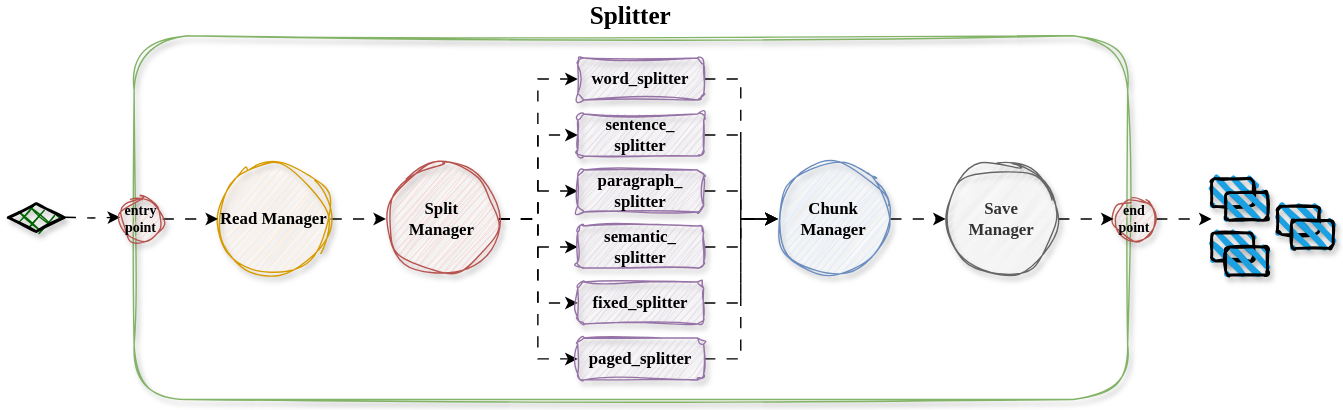
Before: assets/splitter.drawio.svg, a diagram exported from draw.io (andreshere00/Splitter). Source tidied: cells renumbered, new cells last; positions are measured from the earlier drawing's top-left corner, leaving out a move shared by most shapes.
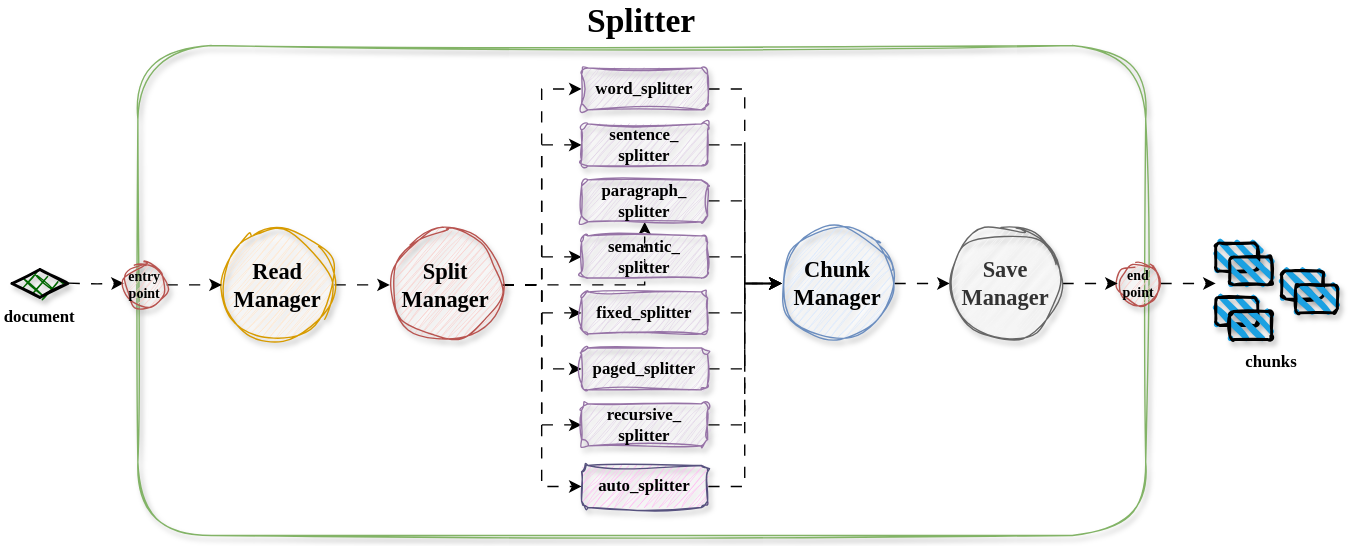
Later version of the same file.

Diff of the diagram source:
```diff
@@ -2,8 +2,8 @@
   <root>
     <mxCell id="0" />
     <mxCell id="1" parent="0" />
-    <mxCell id="2" value="Splitter" style="rounded=1;whiteSpace=wrap;html=1;fillColor=none;strokeColor=#82b366;fontFamily=Amazon Ember Display;fontStyle=1;fontSize=18;shadow=1;sketch=1;curveFitting=1;jiggle=2;verticalAlign=bottom;labelPosition=center;verticalLabelPosition=top;align=center;" parent="1" vertex="1">
-      <mxGeometry x="90" width="710" height="260" as="geometry" />
+    <mxCell id="2" value="Splitter" style="rounded=1;whiteSpace=wrap;html=1;fillColor=none;strokeColor=#82b366;fontFamily=Amazon Ember Display;fontStyle=1;fontSize=24;shadow=1;sketch=1;curveFitting=1;jiggle=2;verticalAlign=bottom;labelPosition=center;verticalLabelPosition=top;align=center;" parent="1" vertex="1">
+      <mxGeometry x="80" y="-70" width="720" height="350" as="geometry" />
     </mxCell>
     <mxCell id="3" style="edgeStyle=orthogonalEdgeStyle;rounded=0;jettySize=auto;html=1;entryX=0;entryY=0.5;entryDx=0;entryDy=0;fontFamily=Amazon Ember Display;flowAnimation=1;" parent="1" edge="1" source="9" target="11">
       <mxGeometry relative="1" as="geometry" />
@@ -23,105 +23,126 @@
     <mxCell id="8" style="edgeStyle=orthogonalEdgeStyle;rounded=0;jettySize=auto;html=1;entryX=0;entryY=0.5;entryDx=0;entryDy=0;fontFamily=Amazon Ember Display;flowAnimation=1;" parent="1" edge="1" source="9" target="21">
       <mxGeometry relative="1" as="geometry" />
     </mxCell>
+    <mxCell id="40" style="edgeStyle=orthogonalEdgeStyle;rounded=0;jettySize=auto;html=1;entryX=0;entryY=0.5;entryDx=0;entryDy=0;flowAnimation=1;" parent="1" edge="1" source="9" target="43">
+      <mxGeometry relative="1" as="geometry" />
+    </mxCell>
+    <mxCell id="41" style="edgeStyle=orthogonalEdgeStyle;rounded=0;jettySize=auto;html=1;entryX=0;entryY=0.5;entryDx=0;entryDy=0;flowAnimation=1;" parent="1" edge="1" source="9" target="45">
+      <mxGeometry relative="1" as="geometry" />
+    </mxCell>
-    <mxCell id="9" value="&lt;span style=&quot;color: rgb(0, 0, 0); font-size: 12px; font-style: normal; font-variant-ligatures: normal; font-variant-caps: normal; font-weight: 700; letter-spacing: normal; orphans: 2; text-align: center; text-indent: 0px; text-transform: none; widows: 2; word-spacing: 0px; -webkit-text-stroke-width: 0px; white-space: normal; text-decoration-thickness: initial; text-decoration-style: initial; text-decoration-color: initial; float: none; display: inline !important;&quot;&gt;Split&lt;/span&gt;&lt;div style=&quot;forced-color-adjust: none; color: rgb(0, 0, 0); font-size: 12px; font-style: normal; font-variant-ligatures: normal; font-variant-caps: normal; font-weight: 700; letter-spacing: normal; orphans: 2; text-align: center; text-indent: 0px; text-transform: none; widows: 2; word-spacing: 0px; -webkit-text-stroke-width: 0px; white-space: normal; text-decoration-thickness: initial; text-decoration-style: initial; text-decoration-color: initial;&quot;&gt;&lt;span style=&quot;&quot;&gt;Manager&lt;/span&gt;&lt;/div&gt;" style="ellipse;whiteSpace=wrap;html=1;fillColor=#f8cecc;strokeColor=#b85450;sketch=1;curveFitting=1;jiggle=2;shadow=1;fontFamily=Amazon Ember Display;labelBackgroundColor=none;" parent="1" vertex="1">
-      <mxGeometry x="270" y="91" width="80" height="80" as="geometry" />
+    <mxCell id="9" value="&lt;span style=&quot;color: rgb(0, 0, 0); font-style: normal; font-variant-ligatures: normal; font-variant-caps: normal; font-weight: 700; letter-spacing: normal; orphans: 2; text-align: center; text-indent: 0px; text-transform: none; widows: 2; word-spacing: 0px; -webkit-text-stroke-width: 0px; white-space: normal; text-decoration-thickness: initial; text-decoration-style: initial; text-decoration-color: initial; float: none; display: inline !important;&quot;&gt;Split&lt;/span&gt;&lt;div style=&quot;forced-color-adjust: none; color: rgb(0, 0, 0); font-style: normal; font-variant-ligatures: normal; font-variant-caps: normal; font-weight: 700; letter-spacing: normal; orphans: 2; text-align: center; text-indent: 0px; text-transform: none; widows: 2; word-spacing: 0px; -webkit-text-stroke-width: 0px; white-space: normal; text-decoration-thickness: initial; text-decoration-style: initial; text-decoration-color: initial;&quot;&gt;&lt;span&gt;Manager&lt;/span&gt;&lt;/div&gt;" style="ellipse;whiteSpace=wrap;html=1;fillColor=#f8cecc;strokeColor=#b85450;sketch=1;curveFitting=1;jiggle=2;shadow=1;fontFamily=Amazon Ember Display;labelBackgroundColor=none;fontSize=16;" parent="1" vertex="1">
+      <mxGeometry x="260" y="61" width="80" height="80" as="geometry" />
     </mxCell>
     <mxCell id="10" style="edgeStyle=orthogonalEdgeStyle;rounded=0;jettySize=auto;html=1;entryX=0;entryY=0.5;entryDx=0;entryDy=0;fontFamily=Amazon Ember Display;flowAnimation=1;" parent="1" edge="1" source="11" target="25">
       <mxGeometry relative="1" as="geometry" />
     </mxCell>
     <mxCell id="11" value="word_splitter" style="rounded=1;whiteSpace=wrap;html=1;fillColor=#e1d5e7;strokeColor=#9673a6;shadow=1;sketch=1;curveFitting=1;jiggle=2;fontStyle=1;fontFamily=Amazon Ember Display;" parent="1" vertex="1">
-      <mxGeometry x="407" y="16" width="90" height="30" as="geometry" />
+      <mxGeometry x="397" y="-54" width="90" height="30" as="geometry" />
     </mxCell>
     <mxCell id="12" style="edgeStyle=orthogonalEdgeStyle;rounded=0;jettySize=auto;html=1;entryX=0;entryY=0.5;entryDx=0;entryDy=0;fontFamily=Amazon Ember Display;flowAnimation=1;" parent="1" edge="1" source="13" target="25">
       <mxGeometry relative="1" as="geometry" />
     </mxCell>
     <mxCell id="13" value="sentence_&lt;div&gt;splitter&lt;/div&gt;" style="rounded=1;whiteSpace=wrap;html=1;fillColor=#e1d5e7;strokeColor=#9673a6;shadow=1;sketch=1;curveFitting=1;jiggle=2;fontStyle=1;fontFamily=Amazon Ember Display;" parent="1" vertex="1">
-      <mxGeometry x="407" y="56" width="90" height="30" as="geometry" />
+      <mxGeometry x="397" y="-14" width="90" height="30" as="geometry" />
     </mxCell>
     <mxCell id="14" style="edgeStyle=orthogonalEdgeStyle;rounded=0;jettySize=auto;html=1;entryX=0;entryY=0.5;entryDx=0;entryDy=0;fontFamily=Amazon Ember Display;flowAnimation=1;" parent="1" edge="1" source="15" target="25">
       <mxGeometry relative="1" as="geometry" />
     </mxCell>
     <mxCell id="15" value="paragraph_&lt;div&gt;splitter&lt;/div&gt;" style="rounded=1;whiteSpace=wrap;html=1;fillColor=#e1d5e7;strokeColor=#9673a6;shadow=1;sketch=1;curveFitting=1;jiggle=2;fontStyle=1;fontFamily=Amazon Ember Display;" parent="1" vertex="1">
-      <mxGeometry x="407" y="96" width="90" height="30" as="geometry" />
+      <mxGeometry x="397" y="26" width="90" height="30" as="geometry" />
     </mxCell>
     <mxCell id="16" style="edgeStyle=orthogonalEdgeStyle;rounded=0;jettySize=auto;html=1;entryX=0;entryY=0.5;entryDx=0;entryDy=0;fontFamily=Amazon Ember Display;flowAnimation=1;" parent="1" edge="1" source="17" target="25">
       <mxGeometry relative="1" as="geometry" />
     </mxCell>
     <mxCell id="17" value="semantic_&lt;div&gt;splitter&lt;/div&gt;" style="rounded=1;whiteSpace=wrap;html=1;fillColor=#e1d5e7;strokeColor=#9673a6;shadow=1;sketch=1;curveFitting=1;jiggle=2;fontStyle=1;fontFamily=Amazon Ember Display;" parent="1" vertex="1">
-      <mxGeometry x="407" y="136" width="90" height="30" as="geometry" />
+      <mxGeometry x="397" y="66" width="90" height="30" as="geometry" />
     </mxCell>
     <mxCell id="18" style="edgeStyle=orthogonalEdgeStyle;rounded=0;jettySize=auto;html=1;entryX=0;entryY=0.5;entryDx=0;entryDy=0;fontFamily=Amazon Ember Display;flowAnimation=1;" parent="1" edge="1" source="19" target="25">
       <mxGeometry relative="1" as="geometry" />
     </mxCell>
     <mxCell id="19" value="fixed_splitter" style="rounded=1;whiteSpace=wrap;html=1;fillColor=#e1d5e7;strokeColor=#9673a6;shadow=1;sketch=1;curveFitting=1;jiggle=2;fontStyle=1;fontFamily=Amazon Ember Display;" parent="1" vertex="1">
-      <mxGeometry x="407" y="176" width="90" height="30" as="geometry" />
+      <mxGeometry x="397" y="106" width="90" height="30" as="geometry" />
     </mxCell>
     <mxCell id="20" style="edgeStyle=orthogonalEdgeStyle;rounded=0;jettySize=auto;html=1;entryX=0;entryY=0.5;entryDx=0;entryDy=0;fontFamily=Amazon Ember Display;flowAnimation=1;" parent="1" edge="1" source="21" target="25">
       <mxGeometry relative="1" as="geometry" />
     </mxCell>
     <mxCell id="21" value="paged_splitter" style="rounded=1;whiteSpace=wrap;html=1;fillColor=#e1d5e7;strokeColor=#9673a6;shadow=1;sketch=1;curveFitting=1;jiggle=2;fontStyle=1;fontFamily=Amazon Ember Display;" parent="1" vertex="1">
-      <mxGeometry x="407" y="216" width="90" height="30" as="geometry" />
+      <mxGeometry x="397" y="146" width="90" height="30" as="geometry" />
     </mxCell>
     <mxCell id="22" style="edgeStyle=orthogonalEdgeStyle;rounded=0;jettySize=auto;html=1;entryX=0;entryY=0.5;entryDx=0;entryDy=0;fontFamily=Amazon Ember Display;flowAnimation=1;" parent="1" edge="1" source="23" target="9">
       <mxGeometry relative="1" as="geometry" />
     </mxCell>
-    <mxCell id="23" value="Read Manager" style="ellipse;whiteSpace=wrap;html=1;fillColor=#ffe6cc;strokeColor=#d79b00;shadow=1;sketch=1;curveFitting=1;jiggle=2;fontStyle=1;fontFamily=Amazon Ember Display;" parent="1" vertex="1">
-      <mxGeometry x="150" y="91" width="80" height="80" as="geometry" />
+    <mxCell id="23" value="Read Manager" style="ellipse;whiteSpace=wrap;html=1;fillColor=#ffe6cc;strokeColor=#d79b00;shadow=1;sketch=1;curveFitting=1;jiggle=2;fontStyle=1;fontFamily=Amazon Ember Display;fontSize=16;" parent="1" vertex="1">
+      <mxGeometry x="140" y="61" width="80" height="80" as="geometry" />
     </mxCell>
     <mxCell id="24" style="edgeStyle=orthogonalEdgeStyle;rounded=0;jettySize=auto;html=1;fontFamily=Amazon Ember Display;flowAnimation=1;" parent="1" edge="1" source="25">
       <mxGeometry relative="1" as="geometry">
-        <mxPoint x="670" y="131" as="targetPoint" />
+        <mxPoint x="660" y="100" as="targetPoint" />
       </mxGeometry>
     </mxCell>
-    <mxCell id="25" value="&lt;b&gt;Chunk&lt;/b&gt;&lt;div&gt;&lt;b&gt;Manager&lt;/b&gt;&lt;/div&gt;" style="ellipse;whiteSpace=wrap;html=1;fillColor=#dae8fc;strokeColor=#6c8ebf;sketch=1;curveFitting=1;jiggle=2;shadow=1;fontFamily=Amazon Ember Display;" parent="1" vertex="1">
-      <mxGeometry x="550" y="91" width="80" height="80" as="geometry" />
+    <mxCell id="25" value="&lt;b&gt;Chunk&lt;/b&gt;&lt;div&gt;&lt;b&gt;Manager&lt;/b&gt;&lt;/div&gt;" style="ellipse;whiteSpace=wrap;html=1;fillColor=#dae8fc;strokeColor=#6c8ebf;sketch=1;curveFitting=1;jiggle=2;shadow=1;fontFamily=Amazon Ember Display;fontSize=16;" parent="1" vertex="1">
+      <mxGeometry x="540" y="60" width="80" height="80" as="geometry" />
     </mxCell>
     <mxCell id="26" style="edgeStyle=orthogonalEdgeStyle;rounded=0;orthogonalLoop=1;jettySize=auto;html=1;fontFamily=Amazon Ember Display;flowAnimation=1;" parent="1" edge="1">
       <mxGeometry relative="1" as="geometry">
-        <mxPoint x="40" y="129.8" as="sourcePoint" />
-        <mxPoint x="80" y="129.8" as="targetPoint" />
+        <mxPoint x="30" y="99.8" as="sourcePoint" />
+        <mxPoint x="70" y="99.8" as="targetPoint" />
       </mxGeometry>
     </mxCell>
-    <mxCell id="27" style="rhombus;whiteSpace=wrap;html=1;strokeWidth=2;fillWeight=-1;hachureGap=8;fillStyle=cross-hatch;fillColor=#006600;sketch=1;fontFamily=Amazon Ember Display;shadow=1;" parent="1" vertex="1">
-      <mxGeometry y="120" width="40" height="20" as="geometry" />
+    <mxCell id="27" value="document" style="rhombus;whiteSpace=wrap;html=1;strokeWidth=2;fillWeight=-1;hachureGap=8;fillStyle=cross-hatch;fillColor=#006600;sketch=1;fontFamily=Amazon Ember Display;shadow=1;labelPosition=center;verticalLabelPosition=bottom;align=center;verticalAlign=top;fontStyle=1;" parent="1" vertex="1">
+      <mxGeometry x="-10" y="90" width="40" height="20" as="geometry" />
     </mxCell>
     <mxCell id="28" style="edgeStyle=orthogonalEdgeStyle;rounded=0;jettySize=auto;html=1;entryX=0;entryY=0.5;entryDx=0;entryDy=0;fontFamily=Amazon Ember Display;flowAnimation=1;" parent="1" edge="1" source="29" target="23">
       <mxGeometry relative="1" as="geometry" />
     </mxCell>
     <mxCell id="29" value="entry&lt;div&gt;point&lt;/div&gt;" style="ellipse;whiteSpace=wrap;html=1;fillColor=#f8cecc;strokeColor=#b85450;sketch=1;curveFitting=1;jiggle=2;shadow=1;fontStyle=1;fontSize=10;fontFamily=Amazon Ember Display;" parent="1" vertex="1">
-      <mxGeometry x="80" y="116" width="30" height="30" as="geometry" />
+      <mxGeometry x="70" y="86" width="30" height="30" as="geometry" />
     </mxCell>
     <mxCell id="30" style="rounded=1;whiteSpace=wrap;html=1;strokeWidth=2;fillWeight=4;hachureGap=8;hachureAngle=45;fillColor=#1ba1e2;sketch=1;fontFamily=Amazon Ember Display;shadow=1;" parent="1" vertex="1">
-      <mxGeometry x="860" y="102" width="30" height="20" as="geometry" />
+      <mxGeometry x="850" y="71" width="30" height="20" as="geometry" />
     </mxCell>
     <mxCell id="31" style="rounded=1;whiteSpace=wrap;html=1;strokeWidth=2;fillWeight=4;hachureGap=8;hachureAngle=45;fillColor=#1ba1e2;sketch=1;fontFamily=Amazon Ember Display;shadow=1;" parent="1" vertex="1">
-      <mxGeometry x="870" y="112" width="30" height="20" as="geometry" />
+      <mxGeometry x="860" y="81" width="30" height="20" as="geometry" />
     </mxCell>
     <mxCell id="32" style="rounded=1;whiteSpace=wrap;html=1;strokeWidth=2;fillWeight=4;hachureGap=8;hachureAngle=45;fillColor=#1ba1e2;sketch=1;fontFamily=Amazon Ember Display;shadow=1;" parent="1" vertex="1">
-      <mxGeometry x="860" y="141" width="30" height="20" as="geometry" />
+      <mxGeometry x="850" y="110" width="30" height="20" as="geometry" />
     </mxCell>
     <mxCell id="33" style="rounded=1;whiteSpace=wrap;html=1;strokeWidth=2;fillWeight=4;hachureGap=8;hachureAngle=45;fillColor=#1ba1e2;sketch=1;fontFamily=Amazon Ember Display;shadow=1;" parent="1" vertex="1">
-      <mxGeometry x="870" y="151" width="30" height="20" as="geometry" />
+      <mxGeometry x="860" y="120" width="30" height="20" as="geometry" />
     </mxCell>
     <mxCell id="34" style="rounded=1;whiteSpace=wrap;html=1;strokeWidth=2;fillWeight=4;hachureGap=8;hachureAngle=45;fillColor=#1ba1e2;sketch=1;fontFamily=Amazon Ember Display;shadow=1;" parent="1" vertex="1">
-      <mxGeometry x="907" y="122" width="30" height="20" as="geometry" />
+      <mxGeometry x="897" y="91" width="30" height="20" as="geometry" />
     </mxCell>
     <mxCell id="35" style="rounded=1;whiteSpace=wrap;html=1;strokeWidth=2;fillWeight=4;hachureGap=8;hachureAngle=45;fillColor=#1ba1e2;sketch=1;fontFamily=Amazon Ember Display;shadow=1;" parent="1" vertex="1">
-      <mxGeometry x="917" y="132" width="30" height="20" as="geometry" />
+      <mxGeometry x="907" y="101" width="30" height="20" as="geometry" />
     </mxCell>
     <mxCell id="36" style="edgeStyle=orthogonalEdgeStyle;rounded=0;jettySize=auto;html=1;fontFamily=Amazon Ember Display;flowAnimation=1;" parent="1" edge="1" source="37">
       <mxGeometry relative="1" as="geometry">
-        <mxPoint x="860" y="131" as="targetPoint" />
+        <mxPoint x="850" y="100" as="targetPoint" />
       </mxGeometry>
     </mxCell>
     <mxCell id="37" value="end&lt;div&gt;point&lt;/div&gt;" style="ellipse;whiteSpace=wrap;html=1;fillColor=#f8cecc;strokeColor=#b85450;sketch=1;curveFitting=1;jiggle=2;shadow=1;fontStyle=1;fontSize=10;fontFamily=Amazon Ember Display;" parent="1" vertex="1">
-      <mxGeometry x="790" y="116" width="30" height="30" as="geometry" />
+      <mxGeometry x="780" y="85" width="30" height="30" as="geometry" />
     </mxCell>
     <mxCell id="38" style="edgeStyle=orthogonalEdgeStyle;rounded=0;jettySize=auto;html=1;entryX=0;entryY=0.5;entryDx=0;entryDy=0;dashed=1;dashPattern=8 8;flowAnimation=1;" parent="1" edge="1" source="39" target="37">
       <mxGeometry relative="1" as="geometry" />
     </mxCell>
-    <mxCell id="39" value="&lt;b&gt;Save&lt;/b&gt;&lt;div&gt;&lt;b&gt;Manager&lt;/b&gt;&lt;/div&gt;" style="ellipse;whiteSpace=wrap;html=1;fillColor=#f5f5f5;strokeColor=#666666;sketch=1;curveFitting=1;jiggle=2;shadow=1;fontFamily=Amazon Ember Display;fontColor=#333333;" parent="1" vertex="1">
-      <mxGeometry x="670" y="91" width="80" height="80" as="geometry" />
+    <mxCell id="39" value="&lt;b&gt;Save&lt;/b&gt;&lt;div&gt;&lt;b&gt;Manager&lt;/b&gt;&lt;/div&gt;" style="ellipse;whiteSpace=wrap;html=1;fillColor=#f5f5f5;strokeColor=#666666;sketch=1;curveFitting=1;jiggle=2;shadow=1;fontFamily=Amazon Ember Display;fontColor=#333333;fontSize=16;" parent="1" vertex="1">
+      <mxGeometry x="660" y="60" width="80" height="80" as="geometry" />
     </mxCell>
+    <mxCell id="42" style="edgeStyle=orthogonalEdgeStyle;rounded=0;jettySize=auto;html=1;entryX=0;entryY=0.5;entryDx=0;entryDy=0;flowAnimation=1;" parent="1" edge="1" source="43" target="25">
+      <mxGeometry relative="1" as="geometry" />
+    </mxCell>
+    <mxCell id="43" value="recursive_&lt;div&gt;splitter&lt;/div&gt;" style="rounded=1;whiteSpace=wrap;html=1;fillColor=#e1d5e7;strokeColor=#9673a6;shadow=1;sketch=1;curveFitting=1;jiggle=2;fontStyle=1;fontFamily=Amazon Ember Display;" parent="1" vertex="1">
+      <mxGeometry x="397" y="186" width="90" height="30" as="geometry" />
+    </mxCell>
+    <mxCell id="44" style="edgeStyle=orthogonalEdgeStyle;rounded=0;jettySize=auto;html=1;entryX=0;entryY=0.5;entryDx=0;entryDy=0;flowAnimation=1;" parent="1" edge="1" source="45" target="25">
+      <mxGeometry relative="1" as="geometry" />
+    </mxCell>
+    <mxCell id="45" value="auto_splitter" style="rounded=1;whiteSpace=wrap;html=1;fillColor=#FFBCF3;strokeColor=#56517e;shadow=1;sketch=1;curveFitting=1;jiggle=2;fontStyle=1;fontFamily=Amazon Ember Display;labelBackgroundColor=none;" parent="1" vertex="1">
+      <mxGeometry x="397" y="230" width="90" height="30" as="geometry" />
+    </mxCell>
+    <mxCell id="46" value="chunks" style="text;html=1;align=center;verticalAlign=middle;whiteSpace=wrap;rounded=0;fontStyle=1;fontFamily=Amazon Ember Display;" parent="1" vertex="1">
+      <mxGeometry x="860" y="141" width="60" height="30" as="geometry" />
+    </mxCell>
   </root>
 </mxGraphModel>
```
